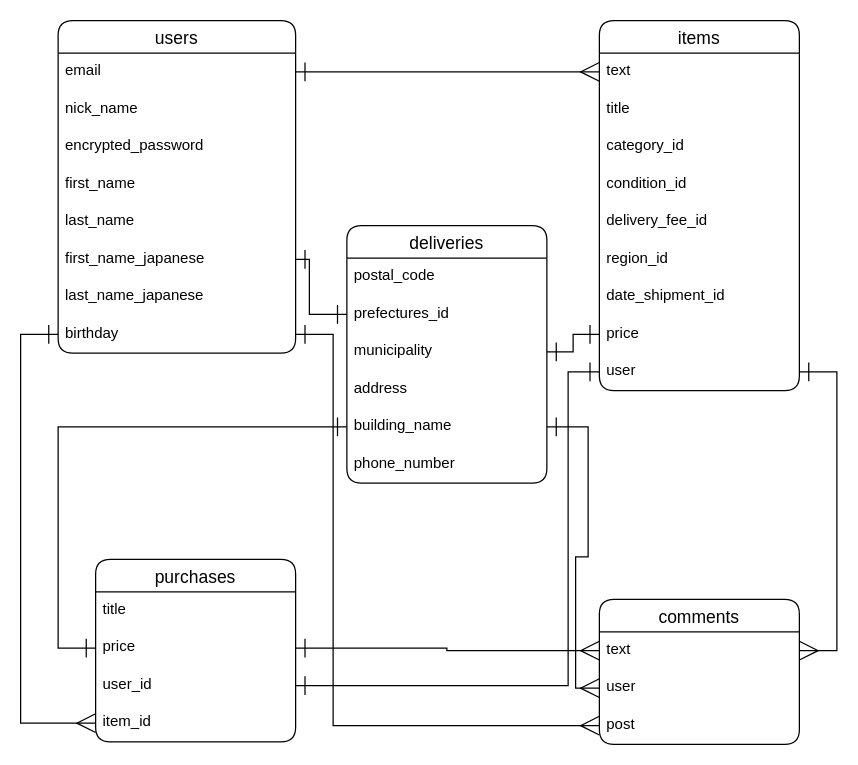
Before: database.dio in hirotech-bmd/furima-31939, a draw.io diagram. Source tidied: cells renumbered, new cells numbered last; positions are measured from the earlier drawing's top-left corner, leaving out a move shared by most shapes. Both pictures are drawn from the tidied source at 125%, with x=0, y=0 at pixel (58, 20).
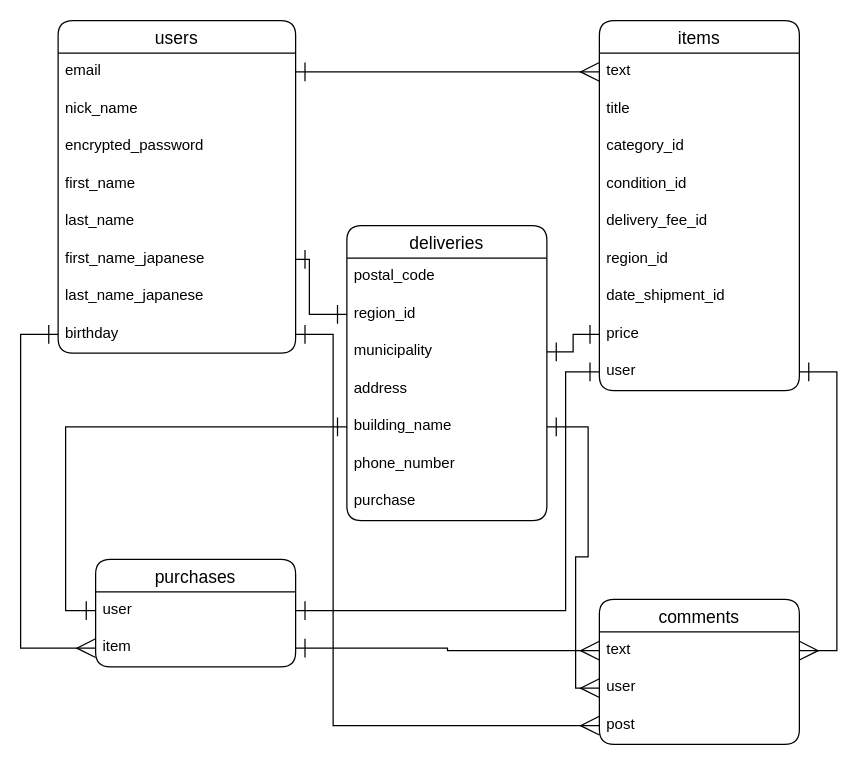
Above is the later version.

Commit message (it also covers changes not shown here):
テーブル設計（改３）

The change refers to these unchanged cells:
```xml
<mxCell id="20" value="user" style="text;strokeColor=none;fillColor=none;spacingLeft=4;spacingRight=4;overflow=hidden;points=[[0,0.5],[1,0.5]];portConstraint=eastwest;fontSize=12;rounded=1;" parent="11" vertex="1">
  <mxGeometry y="266" width="160" height="30" as="geometry" />
</mxCell>
<mxCell id="27" value="text" style="text;strokeColor=none;fillColor=none;spacingLeft=4;spacingRight=4;overflow=hidden;points=[[0,0.5],[1,0.5]];portConstraint=eastwest;fontSize=12;rounded=1;" parent="26" vertex="1">
  <mxGeometry y="26" width="160" height="30" as="geometry" />
</mxCell>
<mxCell id="35" value="building_name" style="text;strokeColor=none;fillColor=none;spacingLeft=4;spacingRight=4;overflow=hidden;points=[[0,0.5],[1,0.5]];portConstraint=eastwest;fontSize=12;" parent="30" vertex="1">
  <mxGeometry y="146" width="160" height="30" as="geometry" />
</mxCell>
```

The edit, as a diff of the source:
```diff
@@
     <mxCell id="21" value="purchases" style="swimlane;fontStyle=0;horizontal=1;startSize=26;align=center;fontSize=14;rounded=1;" parent="1" vertex="1">
-      <mxGeometry x="30" y="431" width="160" height="146" as="geometry" />
+      <mxGeometry x="30" y="431" width="160" height="86" as="geometry" />
     </mxCell>
-    <mxCell id="22" value="title" style="text;strokeColor=none;fillColor=none;spacingLeft=4;spacingRight=4;overflow=hidden;fontSize=12;rounded=1;" parent="21" vertex="1">
-      <mxGeometry y="26" width="160" height="30" as="geometry" />
-    </mxCell>
-    <mxCell id="23" value="price" style="text;strokeColor=none;fillColor=none;spacingLeft=4;spacingRight=4;overflow=hidden;points=[[0,0.5],[1,0.5]];portConstraint=eastwest;fontSize=12;rounded=1;" parent="21" vertex="1">
-      <mxGeometry y="56" width="160" height="30" as="geometry" />
-    </mxCell>
-    <mxCell id="24" value="user_id" style="text;strokeColor=none;fillColor=none;spacingLeft=4;spacingRight=4;overflow=hidden;points=[[0,0.5],[1,0.5]];portConstraint=eastwest;fontSize=12;rounded=1;" parent="21" vertex="1">
-      <mxGeometry y="86" width="160" height="30" as="geometry" />
+    <mxCell id="24" value="user" style="text;strokeColor=none;fillColor=none;spacingLeft=4;spacingRight=4;overflow=hidden;points=[[0,0.5],[1,0.5]];portConstraint=eastwest;fontSize=12;rounded=1;" parent="21" vertex="1">
+      <mxGeometry y="26" width="160" height="30" as="geometry" />
     </mxCell>
-    <mxCell id="25" value="item_id" style="text;strokeColor=none;fillColor=none;spacingLeft=4;spacingRight=4;overflow=hidden;points=[[0,0.5],[1,0.5]];portConstraint=eastwest;fontSize=12;rounded=1;" parent="21" vertex="1">
-      <mxGeometry y="116" width="160" height="30" as="geometry" />
+    <mxCell id="25" value="item" style="text;strokeColor=none;fillColor=none;spacingLeft=4;spacingRight=4;overflow=hidden;points=[[0,0.5],[1,0.5]];portConstraint=eastwest;fontSize=12;rounded=1;" parent="21" vertex="1">
+      <mxGeometry y="56" width="160" height="30" as="geometry" />
     </mxCell>
@@
     <mxCell id="30" value="deliveries" style="swimlane;fontStyle=0;horizontal=1;startSize=26;align=center;fontSize=14;rounded=1;" parent="1" vertex="1">
-      <mxGeometry x="231" y="164" width="160" height="206" as="geometry" />
+      <mxGeometry x="231" y="164" width="160" height="236" as="geometry" />
     </mxCell>
@@
-    <mxCell id="32" value="prefectures_id" style="text;strokeColor=none;fillColor=none;spacingLeft=4;spacingRight=4;overflow=hidden;points=[[0,0.5],[1,0.5]];portConstraint=eastwest;fontSize=12;" parent="30" vertex="1">
+    <mxCell id="32" value="region_id" style="text;strokeColor=none;fillColor=none;spacingLeft=4;spacingRight=4;overflow=hidden;points=[[0,0.5],[1,0.5]];portConstraint=eastwest;fontSize=12;" parent="30" vertex="1">
       <mxGeometry y="56" width="160" height="30" as="geometry" />
     </mxCell>
@@
+    <mxCell id="47" value="purchase" style="text;strokeColor=none;fillColor=none;spacingLeft=4;spacingRight=4;overflow=hidden;fontSize=12;" parent="30" vertex="1">
+      <mxGeometry y="206" width="160" height="30" as="geometry" />
+    </mxCell>
@@
-    <mxCell id="39" style="edgeStyle=elbowEdgeStyle;rounded=0;jettySize=auto;html=1;entryX=1;entryY=0.5;entryDx=0;entryDy=0;startArrow=ERone;startFill=0;startSize=13;endArrow=ERone;endFill=0;endSize=13;" parent="1" edge="1" source="20" target="24">
+    <mxCell id="39" style="edgeStyle=elbowEdgeStyle;rounded=0;jettySize=auto;html=1;startArrow=ERone;startFill=0;startSize=13;endArrow=ERone;endFill=0;endSize=13;" parent="1" edge="1" source="20" target="24">
       <mxGeometry relative="1" as="geometry">
         <Array as="points">
+          <mxPoint x="406" y="411" />
+          <mxPoint x="242" y="472" />
           <mxPoint x="408" y="395" />
           <mxPoint x="399" y="422" />
         </Array>
       </mxGeometry>
     </mxCell>
@@
-    <mxCell id="44" style="edgeStyle=orthogonalEdgeStyle;rounded=0;jettySize=auto;html=1;exitX=1;exitY=0.5;exitDx=0;exitDy=0;startArrow=ERone;startFill=0;startSize=13;endArrow=ERmany;endFill=0;endSize=13;entryX=0;entryY=0.5;entryDx=0;entryDy=0;" parent="1" edge="1" source="23" target="27">
-      <mxGeometry relative="1" as="geometry">
-        <Array as="points">
-          <mxPoint x="311" y="502" />
-          <mxPoint x="311" y="504" />
-        </Array>
-      </mxGeometry>
-    </mxCell>
@@
-    <mxCell id="46" style="edgeStyle=orthogonalEdgeStyle;rounded=0;jettySize=auto;html=1;exitX=0;exitY=0.5;exitDx=0;exitDy=0;entryX=0;entryY=0.5;entryDx=0;entryDy=0;startArrow=ERone;startFill=0;startSize=13;endArrow=ERone;endFill=0;endSize=13;" parent="1" edge="1" source="35" target="23">
-      <mxGeometry relative="1" as="geometry" />
+    <mxCell id="46" style="edgeStyle=orthogonalEdgeStyle;rounded=0;jettySize=auto;html=1;exitX=0;exitY=0.5;exitDx=0;exitDy=0;entryX=0;entryY=0.5;entryDx=0;entryDy=0;startArrow=ERone;startFill=0;startSize=13;endArrow=ERone;endFill=0;endSize=13;" parent="1" edge="1" source="35">
+      <mxGeometry relative="1" as="geometry">
+        <mxPoint x="30" y="472" as="targetPoint" />
+        <Array as="points">
+          <mxPoint x="6" y="325" />
+          <mxPoint x="6" y="472" />
+        </Array>
+      </mxGeometry>
     </mxCell>
+    <mxCell id="48" style="edgeStyle=orthogonalEdgeStyle;rounded=0;jettySize=auto;html=1;exitX=1;exitY=0.5;exitDx=0;exitDy=0;startArrow=ERone;startFill=0;startSize=13;endArrow=ERmany;endFill=0;endSize=13;" parent="1" edge="1" source="25" target="27">
+      <mxGeometry relative="1" as="geometry" />
+    </mxCell>
```
